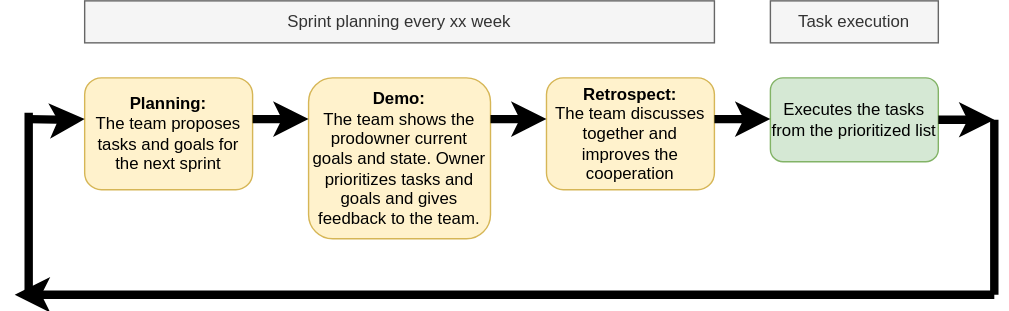
Before: images/project_workflow.svg, a diagram exported from draw.io (dangraf/dangraf.github.io). Source tidied: cells renumbered, new cells last; positions are measured from the earlier drawing's top-left corner, leaving out a move shared by most shapes.
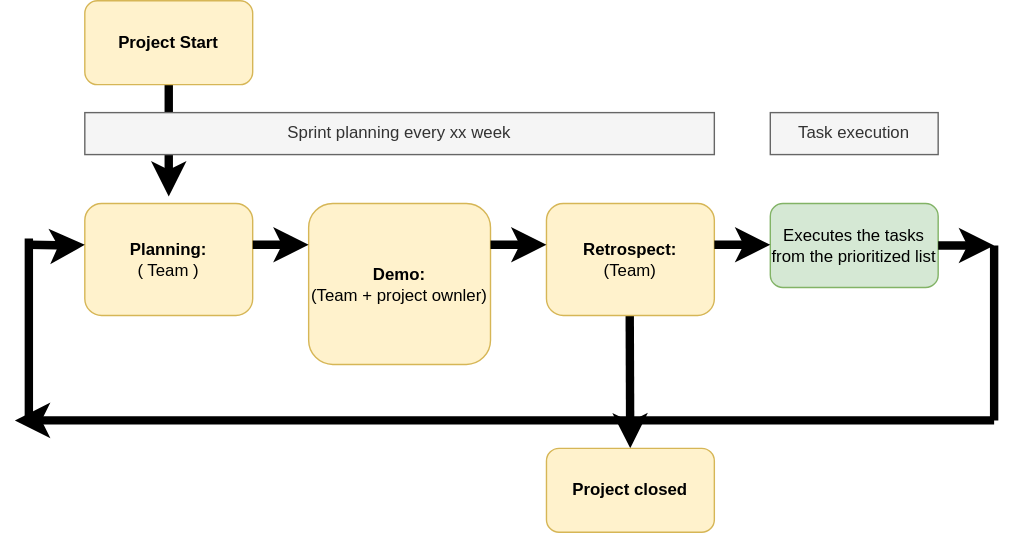
Above is the later version.

Change to the diagram source:
```diff
@@ -2,20 +2,30 @@
   <root>
     <mxCell id="0" />
     <mxCell id="1" parent="0" />
+    <mxCell id="16" style="endArrow=classic;html=1;strokeWidth=6;exitX=0.5;exitY=1;exitDx=0;exitDy=0;" parent="1" edge="1" target="19">
+      <mxGeometry relative="1" as="geometry">
+        <mxPoint x="439.5" y="130" as="sourcePoint" />
+      </mxGeometry>
+    </mxCell>
+    <mxCell id="17" style="endArrow=classic;html=1;strokeWidth=6;exitX=0.5;exitY=1;exitDx=0;exitDy=0;" parent="1" edge="1" source="18">
+      <mxGeometry relative="1" as="geometry">
+        <mxPoint x="110" y="50" as="targetPoint" />
+      </mxGeometry>
+    </mxCell>
-    <mxCell id="2" value="&lt;div&gt;&lt;b&gt;Planning:&lt;/b&gt;&lt;/div&gt;&lt;div&gt;The team proposes tasks and goals for the next sprint&lt;br&gt;&lt;/div&gt;" style="rounded=1;whiteSpace=wrap;html=1;fillColor=#fff2cc;strokeColor=#d6b656;" parent="1" vertex="1">
+    <mxCell id="2" value="&lt;div&gt;&lt;b&gt;Planning:&lt;/b&gt;&lt;/div&gt;&lt;div&gt;( Team )&lt;br&gt;&lt;/div&gt;" style="rounded=1;whiteSpace=wrap;html=1;fillColor=#fff2cc;strokeColor=#d6b656;" parent="1" vertex="1">
       <mxGeometry x="50" y="55" width="120" height="80" as="geometry" />
     </mxCell>
-    <mxCell id="3" value="&lt;div&gt;&lt;b&gt;Demo:&lt;br&gt;&lt;/b&gt;&lt;/div&gt;&lt;div&gt;The team shows the prodowner current goals and state. Owner prioritizes tasks and goals and gives feedback to the team.&lt;br&gt;&lt;/div&gt;" style="rounded=1;whiteSpace=wrap;html=1;fillColor=#fff2cc;strokeColor=#d6b656;" parent="1" vertex="1">
+    <mxCell id="3" value="&lt;div&gt;&lt;b&gt;Demo:&lt;br&gt;&lt;/b&gt;&lt;/div&gt;&lt;div&gt;(Team + project ownler)&lt;br&gt;&lt;/div&gt;" style="rounded=1;whiteSpace=wrap;html=1;fillColor=#fff2cc;strokeColor=#d6b656;" parent="1" vertex="1">
       <mxGeometry x="210" y="55" width="130" height="115" as="geometry" />
     </mxCell>
-    <mxCell id="4" value="&lt;div&gt;&lt;b&gt;Retrospect:&lt;/b&gt;&lt;/div&gt;&lt;div&gt;The team discusses together and improves the cooperation&lt;br&gt;&lt;/div&gt;" style="rounded=1;whiteSpace=wrap;html=1;fillColor=#fff2cc;strokeColor=#d6b656;" parent="1" vertex="1">
+    <mxCell id="4" value="&lt;div&gt;&lt;b&gt;Retrospect:&lt;/b&gt;&lt;/div&gt;&lt;div&gt;(Team)&lt;br&gt;&lt;/div&gt;" style="rounded=1;whiteSpace=wrap;html=1;fillColor=#fff2cc;strokeColor=#d6b656;" parent="1" vertex="1">
       <mxGeometry x="380" y="55" width="120" height="80" as="geometry" />
     </mxCell>
     <mxCell id="5" value="Sprint planning every xx week" style="rounded=0;whiteSpace=wrap;html=1;fillColor=#f5f5f5;strokeColor=#666666;fontColor=#333333;" parent="1" vertex="1">
-      <mxGeometry x="50" width="450" height="30" as="geometry" />
+      <mxGeometry x="50" y="-10" width="450" height="30" as="geometry" />
     </mxCell>
     <mxCell id="6" value="Task execution" style="rounded=0;whiteSpace=wrap;html=1;fillColor=#f5f5f5;strokeColor=#666666;fontColor=#333333;" parent="1" vertex="1">
-      <mxGeometry x="540" width="120" height="30" as="geometry" />
+      <mxGeometry x="540" y="-10" width="120" height="30" as="geometry" />
     </mxCell>
     <mxCell id="7" value="Executes the tasks from the prioritized list" style="rounded=1;whiteSpace=wrap;html=1;fillColor=#d5e8d4;strokeColor=#82b366;" parent="1" vertex="1">
       <mxGeometry x="540" y="55" width="120" height="60" as="geometry" />
@@ -70,5 +80,11 @@
         <mxPoint x="380" y="84.5" as="targetPoint" />
       </mxGeometry>
     </mxCell>
+    <mxCell id="18" value="&lt;b&gt;Project Start&lt;/b&gt;" style="rounded=1;whiteSpace=wrap;html=1;fillColor=#fff2cc;strokeColor=#d6b656;" parent="1" vertex="1">
+      <mxGeometry x="50" y="-90" width="120" height="60" as="geometry" />
+    </mxCell>
+    <mxCell id="19" value="&lt;b&gt;Project closed&lt;/b&gt;" style="rounded=1;whiteSpace=wrap;html=1;fillColor=#fff2cc;strokeColor=#d6b656;" parent="1" vertex="1">
+      <mxGeometry x="380" y="230" width="120" height="60" as="geometry" />
+    </mxCell>
   </root>
 </mxGraphModel>
```
